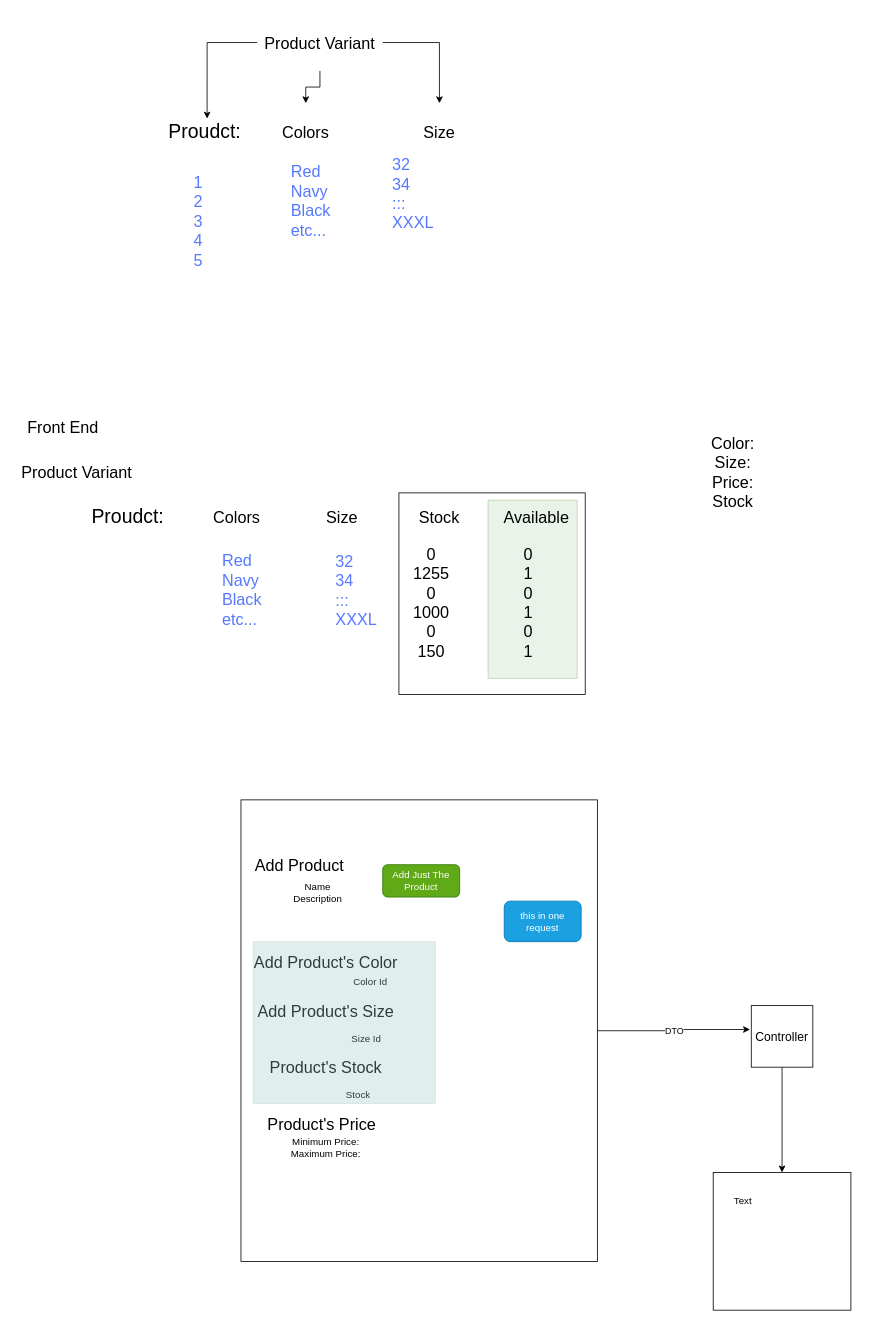
MustaphaAlaa/Kemet keeps this draw.io diagram as page "Adding Product Feature" (5 of 5) of Kemet.drawio. Above is the earlier version. Source tidied: cells renumbered, new cells numbered last; positions are measured from the earlier drawing's top-left corner, leaving out a move shared by most shapes. Both pictures are drawn from the tidied source at 81%, with x=0, y=0 at pixel (14, 14).
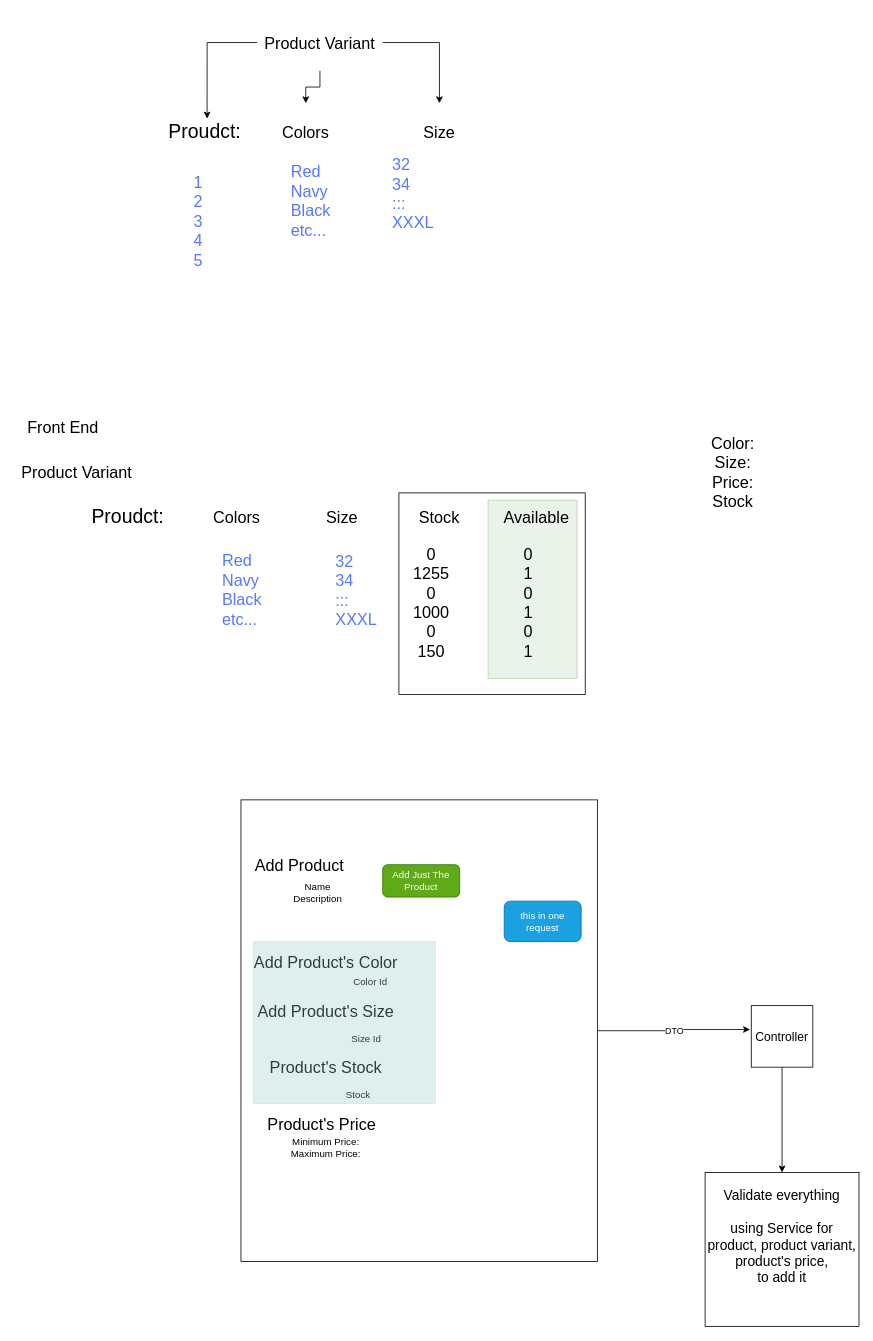
After the change.

Commit message (it also covers changes not shown here):
Refactors service layers to use helper

Improves code reusability and consistency by introducing a helper class for retrieving data from the repository in the ColorService and GovernorateService.

This change reduces code duplication and simplifies the service layer by centralizing the data retrieval logic.

The edit, as a diff of the source:
```diff
@@
     <mxCell id="44" style="whiteSpace=wrap;html=1;fontSize=15;" parent="1" vertex="1">
-      <mxGeometry x="863" y="1430" width="170" height="170" as="geometry" />
+      <mxGeometry x="853" y="1430" width="190" height="190" as="geometry" />
     </mxCell>
-    <mxCell id="45" value="Text" style="text;html=1;align=center;verticalAlign=middle;whiteSpace=wrap;rounded=0;" parent="1" vertex="1">
-      <mxGeometry x="870" y="1450" width="60" height="30" as="geometry" />
+    <mxCell id="45" value="Validate everything&lt;div&gt;&lt;br&gt;&lt;/div&gt;&lt;div&gt;using Service for product, product variant, product's price,&lt;/div&gt;&lt;div&gt;to add it&lt;/div&gt;" style="text;html=1;align=center;verticalAlign=middle;whiteSpace=wrap;rounded=0;fontSize=17;" parent="1" vertex="1">
+      <mxGeometry x="853" y="1440" width="190" height="140" as="geometry" />
     </mxCell>
```
